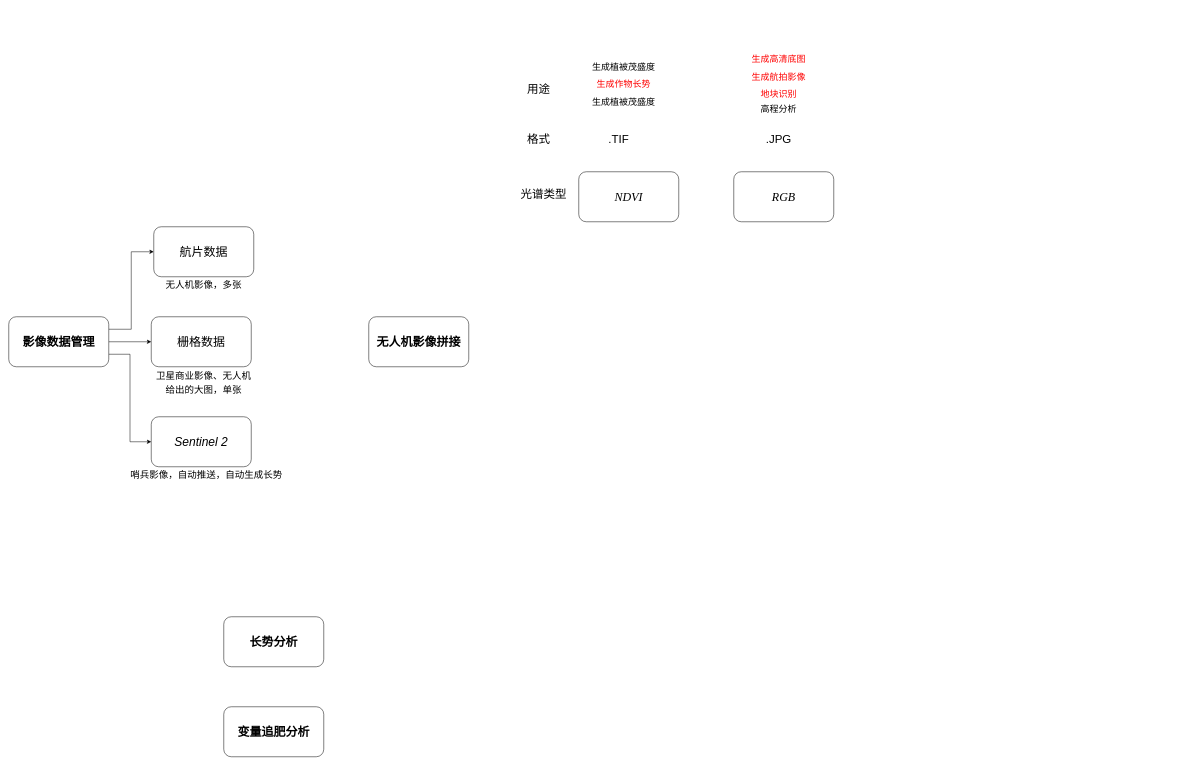
RK-JD/DrawIO keeps this draw.io diagram as 智农宝_遥感部分的流程分析.drawio. Above is the earlier version. Source tidied: cells renumbered, new cells numbered last; positions are measured from the earlier drawing's top-left corner, leaving out a move shared by most shapes. Both pictures are drawn from the tidied source at 50%, with x=0, y=0 at pixel (8, 52).
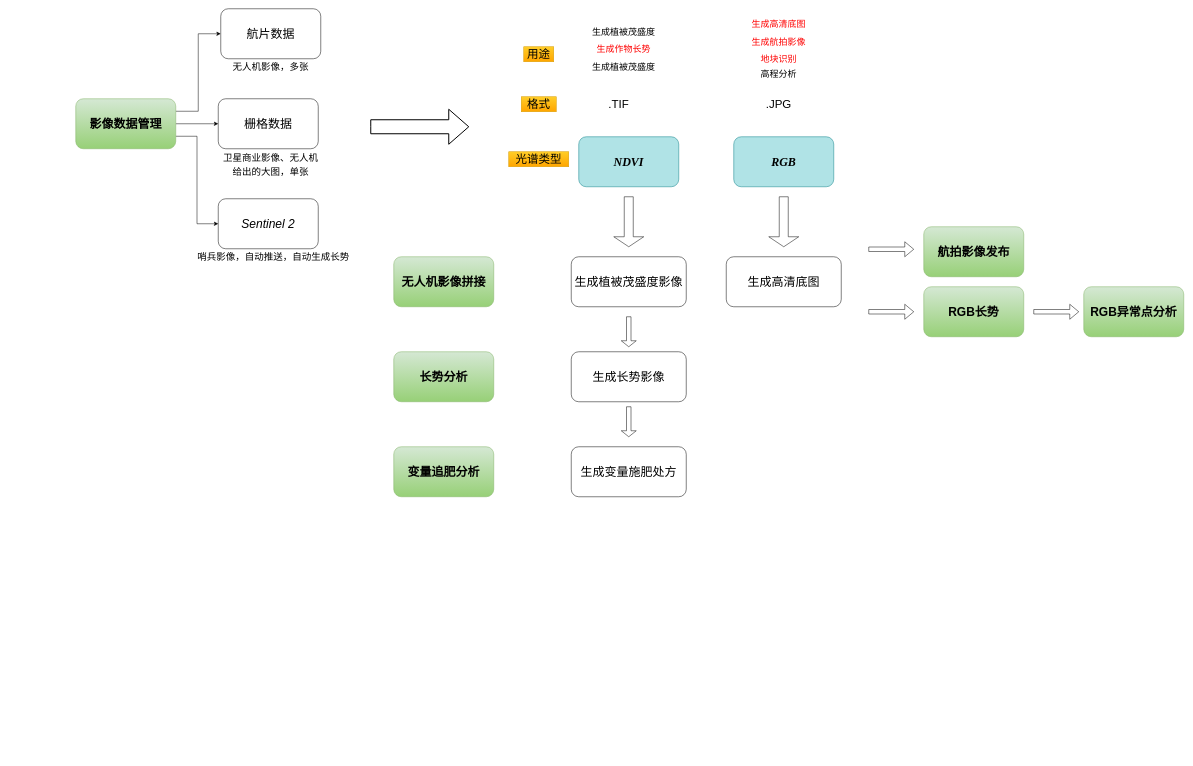
The same page after the edit.

Commit message:
更新智农宝_遥感部分的流程分析.drawio

Change to the diagram source:
```diff
@@
-    <mxCell id="5" value="&lt;font style=&quot;font-size: 24px;&quot;&gt;影像数据管理&lt;/font&gt;" style="rounded=1;whiteSpace=wrap;html=1;fontStyle=1;" parent="1" vertex="1">
-      <mxGeometry y="530" width="200" height="100" as="geometry" />
+    <mxCell id="5" value="&lt;font style=&quot;font-size: 24px;&quot;&gt;影像数据管理&lt;/font&gt;" style="rounded=1;whiteSpace=wrap;html=1;fontStyle=1;fillColor=#d5e8d4;gradientColor=#97d077;strokeColor=#82b366;" parent="1" vertex="1">
+      <mxGeometry x="134" y="94" width="200" height="100" as="geometry" />
     </mxCell>
     <mxCell id="6" value="&lt;font style=&quot;font-size: 24px;&quot;&gt;航片数据&lt;/font&gt;" style="rounded=1;whiteSpace=wrap;html=1;fontStyle=0;" parent="1" vertex="1">
-      <mxGeometry x="290" y="350" width="200" height="100" as="geometry" />
+      <mxGeometry x="424" y="-86" width="200" height="100" as="geometry" />
     </mxCell>
-    <mxCell id="7" value="&lt;font style=&quot;font-size: 24px;&quot;&gt;NDVI&lt;/font&gt;" style="rounded=1;whiteSpace=wrap;html=1;fontStyle=2;fontFamily=Times New Roman;" parent="1" vertex="1">
-      <mxGeometry x="1140" y="240" width="200" height="100" as="geometry" />
+    <mxCell id="7" value="&lt;font style=&quot;font-size: 24px;&quot;&gt;NDVI&lt;/font&gt;" style="rounded=1;whiteSpace=wrap;html=1;fontStyle=3;fontFamily=Times New Roman;fillColor=#b0e3e6;strokeColor=#0e8088;" parent="1" vertex="1">
+      <mxGeometry x="1140" y="170" width="200" height="100" as="geometry" />
     </mxCell>
-    <mxCell id="8" value="&lt;font style=&quot;font-size: 24px;&quot;&gt;RGB&lt;/font&gt;" style="rounded=1;whiteSpace=wrap;html=1;fontStyle=2;fontFamily=Times New Roman;" parent="1" vertex="1">
-      <mxGeometry x="1450" y="240" width="200" height="100" as="geometry" />
+    <mxCell id="8" value="&lt;font style=&quot;font-size: 24px;&quot;&gt;RGB&lt;/font&gt;" style="rounded=1;whiteSpace=wrap;html=1;fontStyle=3;fontFamily=Times New Roman;fillColor=#b0e3e6;strokeColor=#0e8088;" parent="1" vertex="1">
+      <mxGeometry x="1450" y="170" width="200" height="100" as="geometry" />
     </mxCell>
-    <mxCell id="9" value="用途" style="text;html=1;align=center;verticalAlign=middle;whiteSpace=wrap;rounded=0;fontSize=23;" parent="1" vertex="1">
-      <mxGeometry x="1030" y="60" width="60" height="30" as="geometry" />
+    <mxCell id="9" value="用途" style="text;html=1;align=center;verticalAlign=middle;whiteSpace=wrap;rounded=0;fontSize=23;fillColor=#ffcd28;gradientColor=#ffa500;strokeColor=#d79b00;" parent="1" vertex="1">
+      <mxGeometry x="1030" y="-10" width="60" height="30" as="geometry" />
     </mxCell>
     <mxCell id="10" value="生成植被茂盛度" style="text;html=1;align=center;verticalAlign=middle;whiteSpace=wrap;rounded=0;fontSize=18;" parent="1" vertex="1">
-      <mxGeometry x="1165" y="15" width="130" height="30" as="geometry" />
+      <mxGeometry x="1165" y="-55" width="130" height="30" as="geometry" />
     </mxCell>
     <mxCell id="11" value="生成作物长势" style="text;html=1;align=center;verticalAlign=middle;whiteSpace=wrap;rounded=0;fontSize=18;fontColor=light-dark(#fe0101, #ededed);" parent="1" vertex="1">
-      <mxGeometry x="1165" y="50" width="130" height="30" as="geometry" />
+      <mxGeometry x="1165" y="-20" width="130" height="30" as="geometry" />
     </mxCell>
     <mxCell id="12" value="生成植被茂盛度" style="text;html=1;align=center;verticalAlign=middle;whiteSpace=wrap;rounded=0;fontSize=18;" parent="1" vertex="1">
-      <mxGeometry x="1165" y="85" width="130" height="30" as="geometry" />
+      <mxGeometry x="1165" y="15" width="130" height="30" as="geometry" />
     </mxCell>
     <mxCell id="13" value="生成高清底图" style="text;html=1;align=center;verticalAlign=middle;whiteSpace=wrap;rounded=0;fontSize=18;fontColor=light-dark(#ff0000, #ededed);" parent="1" vertex="1">
-      <mxGeometry x="1475" width="130" height="30" as="geometry" />
+      <mxGeometry x="1475" y="-70" width="130" height="30" as="geometry" />
     </mxCell>
     <mxCell id="14" value="生成航拍影像" style="text;html=1;align=center;verticalAlign=middle;whiteSpace=wrap;rounded=0;fontSize=18;fontColor=light-dark(#fe0101, #ededed);" parent="1" vertex="1">
-      <mxGeometry x="1475" y="35" width="130" height="30" as="geometry" />
+      <mxGeometry x="1475" y="-35" width="130" height="30" as="geometry" />
     </mxCell>
     <mxCell id="15" value="高程分析" style="text;html=1;align=center;verticalAlign=middle;whiteSpace=wrap;rounded=0;fontSize=18;" parent="1" vertex="1">
-      <mxGeometry x="1475" y="100" width="130" height="30" as="geometry" />
+      <mxGeometry x="1475" y="30" width="130" height="30" as="geometry" />
     </mxCell>
     <mxCell id="16" value=".TIF" style="text;html=1;align=center;verticalAlign=middle;whiteSpace=wrap;rounded=0;fontSize=23;" parent="1" vertex="1">
-      <mxGeometry x="1190" y="160" width="60" height="30" as="geometry" />
+      <mxGeometry x="1190" y="90" width="60" height="30" as="geometry" />
     </mxCell>
     <mxCell id="17" value=".JPG" style="text;html=1;align=center;verticalAlign=middle;whiteSpace=wrap;rounded=0;fontSize=23;" parent="1" vertex="1">
-      <mxGeometry x="1510" y="160" width="60" height="30" as="geometry" />
+      <mxGeometry x="1510" y="90" width="60" height="30" as="geometry" />
     </mxCell>
     <mxCell id="18" value="&lt;font style=&quot;font-size: 24px;&quot;&gt;栅格数据&lt;/font&gt;" style="rounded=1;whiteSpace=wrap;html=1;fontStyle=0;" parent="1" vertex="1">
-      <mxGeometry x="285" y="530" width="200" height="100" as="geometry" />
+      <mxGeometry x="419" y="94" width="200" height="100" as="geometry" />
     </mxCell>
-    <mxCell id="19" value="光谱类型" style="text;html=1;align=center;verticalAlign=middle;whiteSpace=wrap;rounded=0;fontSize=23;" parent="1" vertex="1">
-      <mxGeometry x="1010" y="270" width="120" height="30" as="geometry" />
+    <mxCell id="19" value="光谱类型" style="text;html=1;align=center;verticalAlign=middle;whiteSpace=wrap;rounded=0;fontSize=23;fillColor=#ffcd28;gradientColor=#ffa500;strokeColor=#d79b00;" parent="1" vertex="1">
+      <mxGeometry x="1000" y="200" width="120" height="30" as="geometry" />
     </mxCell>
-    <mxCell id="20" value="格式" style="text;html=1;align=center;verticalAlign=middle;whiteSpace=wrap;rounded=0;fontSize=23;" parent="1" vertex="1">
-      <mxGeometry x="1000" y="160" width="120" height="30" as="geometry" />
+    <mxCell id="20" value="格式" style="text;html=1;align=center;verticalAlign=middle;whiteSpace=wrap;rounded=0;fontSize=23;fillColor=#ffcd28;gradientColor=#ffa500;strokeColor=#d79b00;" parent="1" vertex="1">
+      <mxGeometry x="1025" y="90" width="70" height="30" as="geometry" />
     </mxCell>
     <mxCell id="21" value="&lt;span style=&quot;font-size: 19px;&quot;&gt;无人机影像，多张&lt;/span&gt;" style="text;html=1;align=center;verticalAlign=middle;whiteSpace=wrap;rounded=0;fontSize=23;" parent="1" vertex="1">
-      <mxGeometry x="290" y="450" width="200" height="30" as="geometry" />
+      <mxGeometry x="424" y="14" width="200" height="30" as="geometry" />
     </mxCell>
     <mxCell id="22" value="&lt;span style=&quot;font-size: 19px;&quot;&gt;卫星商业影像、无人机&lt;/span&gt;&lt;div&gt;&lt;span style=&quot;font-size: 19px;&quot;&gt;给出的大图，单张&lt;/span&gt;&lt;/div&gt;" style="text;html=1;align=center;verticalAlign=middle;whiteSpace=wrap;rounded=0;fontSize=23;" parent="1" vertex="1">
-      <mxGeometry x="250" y="645" width="280" height="30" as="geometry" />
+      <mxGeometry x="384" y="209" width="280" height="30" as="geometry" />
     </mxCell>
     <mxCell id="23" value="&lt;font style=&quot;font-size: 24px;&quot;&gt;Sentinel 2&lt;/font&gt;" style="rounded=1;whiteSpace=wrap;html=1;fontStyle=2;" parent="1" vertex="1">
-      <mxGeometry x="285" y="730" width="200" height="100" as="geometry" />
+      <mxGeometry x="419" y="294" width="200" height="100" as="geometry" />
     </mxCell>
     <mxCell id="24" value="&lt;span style=&quot;font-size: 19px;&quot;&gt;哨兵影像，自动推送，自动生成长势&lt;/span&gt;" style="text;html=1;align=center;verticalAlign=middle;whiteSpace=wrap;rounded=0;fontSize=23;" parent="1" vertex="1">
-      <mxGeometry x="232.5" y="830" width="325" height="30" as="geometry" />
+      <mxGeometry x="366.5" y="394" width="325" height="30" as="geometry" />
     </mxCell>
     <mxCell id="25" value="地块识别" style="text;html=1;align=center;verticalAlign=middle;whiteSpace=wrap;rounded=0;fontSize=18;fontColor=light-dark(#fe0101, #ededed);" parent="1" vertex="1">
-      <mxGeometry x="1475" y="70" width="130" height="30" as="geometry" />
+      <mxGeometry x="1475" width="130" height="30" as="geometry" />
     </mxCell>
-    <mxCell id="26" value="&lt;font style=&quot;font-size: 24px;&quot;&gt;无人机影像拼接&lt;/font&gt;" style="rounded=1;whiteSpace=wrap;html=1;fontStyle=1;" parent="1" vertex="1">
-      <mxGeometry x="720" y="530" width="200" height="100" as="geometry" />
+    <mxCell id="26" value="&lt;font style=&quot;font-size: 24px;&quot;&gt;无人机影像拼接&lt;/font&gt;" style="rounded=1;whiteSpace=wrap;html=1;fontStyle=1;fillColor=#d5e8d4;strokeColor=#82b366;gradientColor=#97d077;" parent="1" vertex="1">
+      <mxGeometry x="770" y="410" width="200" height="100" as="geometry" />
     </mxCell>
-    <mxCell id="27" value="&lt;font style=&quot;font-size: 24px;&quot;&gt;长势分析&lt;/font&gt;" style="rounded=1;whiteSpace=wrap;html=1;fontStyle=1;" parent="1" vertex="1">
-      <mxGeometry x="430" y="1130" width="200" height="100" as="geometry" />
+    <mxCell id="27" value="&lt;font style=&quot;font-size: 24px;&quot;&gt;长势分析&lt;/font&gt;" style="rounded=1;whiteSpace=wrap;html=1;fontStyle=1;fillColor=#d5e8d4;gradientColor=#97d077;strokeColor=#82b366;" parent="1" vertex="1">
+      <mxGeometry x="770" y="600" width="200" height="100" as="geometry" />
     </mxCell>
-    <mxCell id="28" value="&lt;font style=&quot;font-size: 24px;&quot;&gt;变量追肥分析&lt;/font&gt;" style="rounded=1;whiteSpace=wrap;html=1;fontStyle=1;" parent="1" vertex="1">
-      <mxGeometry x="430" y="1310" width="200" height="100" as="geometry" />
+    <mxCell id="28" value="&lt;font style=&quot;font-size: 24px;&quot;&gt;变量追肥分析&lt;/font&gt;" style="rounded=1;whiteSpace=wrap;html=1;fontStyle=1;fillColor=#d5e8d4;gradientColor=#97d077;strokeColor=#82b366;" parent="1" vertex="1">
+      <mxGeometry x="770" y="790" width="200" height="100" as="geometry" />
     </mxCell>
+    <mxCell id="29" value="&lt;span style=&quot;font-size: 24px; font-weight: normal;&quot;&gt;生成植被茂盛度影像&lt;/span&gt;" style="rounded=1;whiteSpace=wrap;html=1;fontStyle=1;" parent="1" vertex="1">
+      <mxGeometry x="1125" y="410" width="230" height="100" as="geometry" />
+    </mxCell>
+    <mxCell id="30" value="&lt;span style=&quot;font-size: 24px; font-weight: normal;&quot;&gt;生成高清底图&lt;/span&gt;" style="rounded=1;whiteSpace=wrap;html=1;fontStyle=1;" parent="1" vertex="1">
+      <mxGeometry x="1435" y="410" width="230" height="100" as="geometry" />
+    </mxCell>
+    <mxCell id="31" style="shape=singleArrow;direction=south;whiteSpace=wrap;html=1;" parent="1" vertex="1">
+      <mxGeometry x="1210" y="290" width="60" height="100" as="geometry" />
+    </mxCell>
+    <mxCell id="32" style="shape=singleArrow;direction=south;whiteSpace=wrap;html=1;" parent="1" vertex="1">
+      <mxGeometry x="1520" y="290" width="60" height="100" as="geometry" />
+    </mxCell>
+    <mxCell id="33" value="&lt;span style=&quot;font-size: 24px; font-weight: normal;&quot;&gt;生成长势影像&lt;/span&gt;" style="rounded=1;whiteSpace=wrap;html=1;fontStyle=1;" parent="1" vertex="1">
+      <mxGeometry x="1125" y="600" width="230" height="100" as="geometry" />
+    </mxCell>
+    <mxCell id="34" style="shape=singleArrow;direction=south;whiteSpace=wrap;html=1;" parent="1" vertex="1">
+      <mxGeometry x="1225" y="530" width="30" height="60" as="geometry" />
+    </mxCell>
+    <mxCell id="35" value="&lt;span style=&quot;font-size: 24px; font-weight: normal;&quot;&gt;生成变量施肥处方&lt;/span&gt;" style="rounded=1;whiteSpace=wrap;html=1;fontStyle=1;" parent="1" vertex="1">
+      <mxGeometry x="1125" y="790" width="230" height="100" as="geometry" />
+    </mxCell>
+    <mxCell id="36" style="shape=singleArrow;direction=south;whiteSpace=wrap;html=1;" parent="1" vertex="1">
+      <mxGeometry x="1225" y="710" width="30" height="60" as="geometry" />
+    </mxCell>
+    <mxCell id="37" style="shape=singleArrow;whiteSpace=wrap;html=1;" parent="1" vertex="1">
+      <mxGeometry x="1720" y="380" width="90" height="30" as="geometry" />
+    </mxCell>
+    <mxCell id="38" value="&lt;font style=&quot;font-size: 24px;&quot;&gt;RGB长势&lt;/font&gt;" style="rounded=1;whiteSpace=wrap;html=1;fontStyle=1;fillColor=#d5e8d4;strokeColor=#82b366;gradientColor=#97d077;" parent="1" vertex="1">
+      <mxGeometry x="1830" y="470" width="200" height="100" as="geometry" />
+    </mxCell>
+    <mxCell id="39" value="&lt;font style=&quot;font-size: 24px;&quot;&gt;航拍影像发布&lt;/font&gt;" style="rounded=1;whiteSpace=wrap;html=1;fontStyle=1;fillColor=#d5e8d4;strokeColor=#82b366;gradientColor=#97d077;" parent="1" vertex="1">
+      <mxGeometry x="1830" y="350" width="200" height="100" as="geometry" />
+    </mxCell>
+    <mxCell id="40" style="shape=singleArrow;whiteSpace=wrap;html=1;" parent="1" vertex="1">
+      <mxGeometry x="1720" y="505" width="90" height="30" as="geometry" />
+    </mxCell>
+    <mxCell id="41" value="&lt;font style=&quot;font-size: 24px;&quot;&gt;RGB异常点分析&lt;/font&gt;" style="rounded=1;whiteSpace=wrap;html=1;fontStyle=1;fillColor=#d5e8d4;strokeColor=#82b366;gradientColor=#97d077;" parent="1" vertex="1">
+      <mxGeometry x="2150" y="470" width="200" height="100" as="geometry" />
+    </mxCell>
+    <mxCell id="42" style="shape=singleArrow;whiteSpace=wrap;html=1;" parent="1" vertex="1">
+      <mxGeometry x="2050" y="505" width="90" height="30" as="geometry" />
+    </mxCell>
+    <mxCell id="43" style="verticalLabelPosition=bottom;verticalAlign=top;html=1;strokeWidth=2;shape=mxgraph.arrows2.arrow;dy=0.6;dx=40;notch=0;" parent="1" vertex="1">
+      <mxGeometry x="724" y="115" width="196" height="70" as="geometry" />
+    </mxCell>
```
